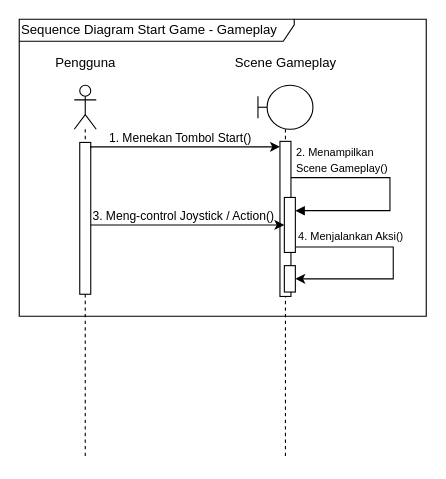
This is skripsi/skripsi/gambar/BAB III/Sequence Diagram/Sequence Diagram Start Game – Gameplay.drawio from hako-975/UNPAM-File, a draw.io file, before an edit. Source tidied: cells renumbered, new cells numbered last; positions are measured from the earlier drawing's top-left corner, leaving out a move shared by most shapes. Both pictures are drawn from the tidied source at 110%, with x=0, y=0 at pixel (19, 19).
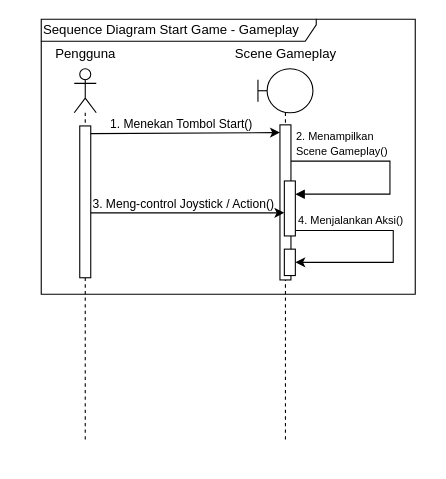
Above is the later version.

The change refers to these unchanged cells:
```xml
<mxCell id="3" style="html=1;points=[[0,0,0,0,5],[0,1,0,0,-5],[1,0,0,0,5],[1,1,0,0,-5]];perimeter=orthogonalPerimeter;outlineConnect=0;targetShapes=umlLifeline;portConstraint=eastwest;newEdgeStyle={&quot;curved&quot;:0,&quot;rounded&quot;:0};" parent="2" vertex="1">
  <mxGeometry x="5" y="52" width="10" height="138" as="geometry" />
</mxCell>
<mxCell id="7" style="html=1;points=[[0,0,0,0,5],[0,1,0,0,-5],[1,0,0,0,5],[1,1,0,0,-5]];perimeter=orthogonalPerimeter;outlineConnect=0;targetShapes=umlLifeline;portConstraint=eastwest;newEdgeStyle={&quot;curved&quot;:0,&quot;rounded&quot;:0};" parent="6" vertex="1">
  <mxGeometry x="20" y="51" width="10" height="141" as="geometry" />
</mxCell>
<mxCell id="10" style="html=1;points=[[0,0,0,0,5],[0,1,0,0,-5],[1,0,0,0,5],[1,1,0,0,-5]];perimeter=orthogonalPerimeter;outlineConnect=0;targetShapes=umlLifeline;portConstraint=eastwest;newEdgeStyle={&quot;curved&quot;:0,&quot;rounded&quot;:0};" parent="6" vertex="1">
  <mxGeometry x="24" y="102" width="10" height="50" as="geometry" />
</mxCell>
```

Diff of the diagram source:
```diff
@@
     <mxCell id="2" value="&lt;div&gt;&lt;/div&gt;" style="shape=umlLifeline;perimeter=lifelinePerimeter;whiteSpace=wrap;html=1;newEdgeStyle={&quot;curved&quot;:0,&quot;rounded&quot;:0};participant=umlActor;size=40;" parent="1" vertex="1">
-      <mxGeometry x="50" y="60" width="20" height="340" as="geometry" />
+      <mxGeometry x="50" y="45" width="20" height="340" as="geometry" />
     </mxCell>
@@
     <mxCell id="4" value="&lt;div&gt;Pengguna&lt;/div&gt;" style="text;html=1;align=center;verticalAlign=middle;strokeColor=none;fillColor=none;" parent="1" vertex="1">
-      <mxGeometry x="20" y="25" width="80" height="30" as="geometry" />
+      <mxGeometry x="20" y="17" width="80" height="30" as="geometry" />
     </mxCell>
     <mxCell id="5" value="Sequence Diagram Start Game - Gameplay" style="shape=umlFrame;whiteSpace=wrap;html=1;width=250;height=20;align=left;" parent="1" vertex="1">
-      <mxGeometry width="370" height="270" as="geometry" />
+      <mxGeometry x="20" width="340" height="250" as="geometry" />
     </mxCell>
     <mxCell id="6" style="shape=umlLifeline;perimeter=lifelinePerimeter;whiteSpace=wrap;html=1;newEdgeStyle={&quot;curved&quot;:0,&quot;rounded&quot;:0};participant=umlBoundary;" parent="1" vertex="1">
-      <mxGeometry x="217" y="60" width="50" height="339" as="geometry" />
+      <mxGeometry x="217" y="45" width="50" height="339" as="geometry" />
     </mxCell>
@@
     <mxCell id="12" value="&lt;div&gt;Scene Gameplay&lt;/div&gt;" style="text;html=1;align=center;verticalAlign=middle;strokeColor=none;fillColor=none;" parent="1" vertex="1">
-      <mxGeometry x="182" y="25" width="120" height="30" as="geometry" />
+      <mxGeometry x="182" y="17" width="120" height="30" as="geometry" />
     </mxCell>
-    <mxCell id="13" style="edgeStyle=orthogonalEdgeStyle;rounded=0;jettySize=auto;html=1;curved=0;entryX=0;entryY=0;entryDx=0;entryDy=5;entryPerimeter=0;exitX=1;exitY=0;exitDx=0;exitDy=5;exitPerimeter=0;" parent="1" edge="1" source="3" target="7">
+    <mxCell id="13" style="rounded=0;orthogonalLoop=1;jettySize=auto;html=1;entryX=0;entryY=0;entryDx=0;entryDy=5;entryPerimeter=0;exitX=1;exitY=0;exitDx=0;exitDy=5;exitPerimeter=0;" parent="1" edge="1">
       <mxGeometry relative="1" as="geometry">
-        <Array as="points">
-          <mxPoint x="65" y="116" />
-        </Array>
+        <mxPoint x="65" y="104" as="sourcePoint" />
+        <mxPoint x="237" y="103" as="targetPoint" />
       </mxGeometry>
     </mxCell>
@@
     <mxCell id="15" value="&lt;span style=&quot;font-size: 10px;&quot;&gt;2. Menampilkan&amp;nbsp;&lt;/span&gt;&lt;div&gt;&lt;span style=&quot;font-size: 10px;&quot;&gt;Scene&amp;nbsp;&lt;/span&gt;&lt;span style=&quot;font-size: 10px;&quot;&gt;Gameplay()&lt;/span&gt;&lt;/div&gt;" style="edgeLabel;html=1;align=left;verticalAlign=middle;" parent="13" vertex="1">
       <mxGeometry x="-0.33" y="1" relative="1" as="geometry">
-        <mxPoint x="128" y="12" as="offset" />
+        <mxPoint x="127" y="10" as="offset" />
       </mxGeometry>
     </mxCell>
-    <mxCell id="16" style="edgeStyle=orthogonalEdgeStyle;rounded=0;jettySize=auto;html=1;curved=0;" parent="1" edge="1" source="3" target="10">
+    <mxCell id="16" style="edgeStyle=orthogonalEdgeStyle;rounded=0;orthogonalLoop=1;jettySize=auto;html=1;curved=0;" parent="1" edge="1">
       <mxGeometry relative="1" as="geometry">
+        <mxPoint x="65" y="176" as="sourcePoint" />
+        <mxPoint x="241" y="176" as="targetPoint" />
         <Array as="points">
-          <mxPoint x="110" y="187" />
-          <mxPoint x="110" y="187" />
+          <mxPoint x="110" y="176" />
+          <mxPoint x="110" y="176" />
         </Array>
       </mxGeometry>
     </mxCell>
     <mxCell id="17" value="3. Meng-control Joystick / Action()" style="edgeLabel;html=1;align=left;verticalAlign=middle;" parent="1" vertex="1">
-      <mxGeometry x="65" y="178" as="geometry" />
+      <mxGeometry x="65" y="167" as="geometry" />
     </mxCell>
     <mxCell id="18" value="&lt;span style=&quot;font-size: 10px;&quot;&gt;4. Menjalankan Aksi&lt;/span&gt;&lt;span style=&quot;font-size: 10px;&quot;&gt;()&lt;/span&gt;" style="edgeLabel;html=1;align=left;verticalAlign=middle;" parent="1" vertex="1">
-      <mxGeometry x="252" y="196" as="geometry" />
+      <mxGeometry x="252" y="182" as="geometry" />
     </mxCell>
```
